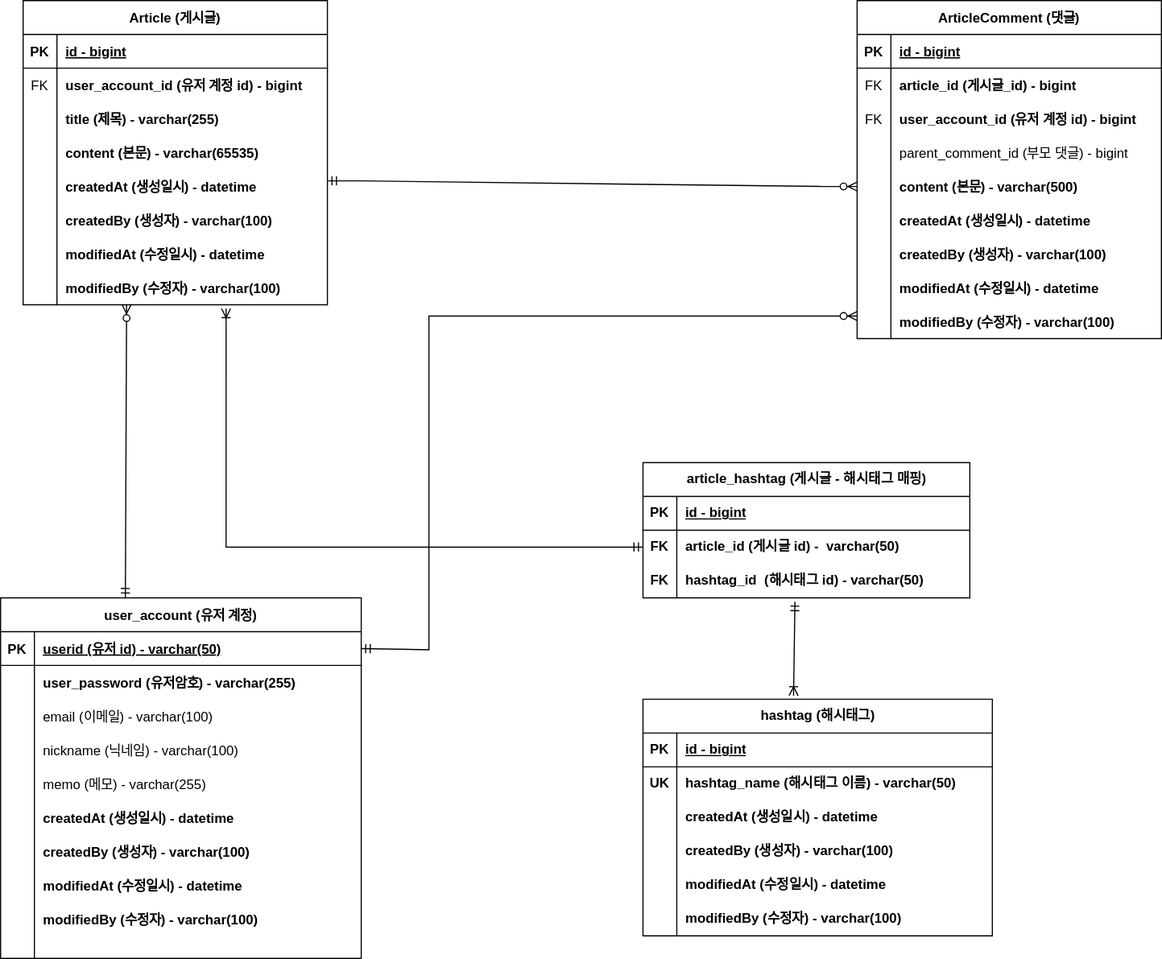
The draw.io diagram document/board-service-erd.svg in yunh0/board-service, before a commit. Source tidied: cells renumbered, new cells last; positions are measured from the earlier drawing's top-left corner, leaving out a move shared by most shapes.
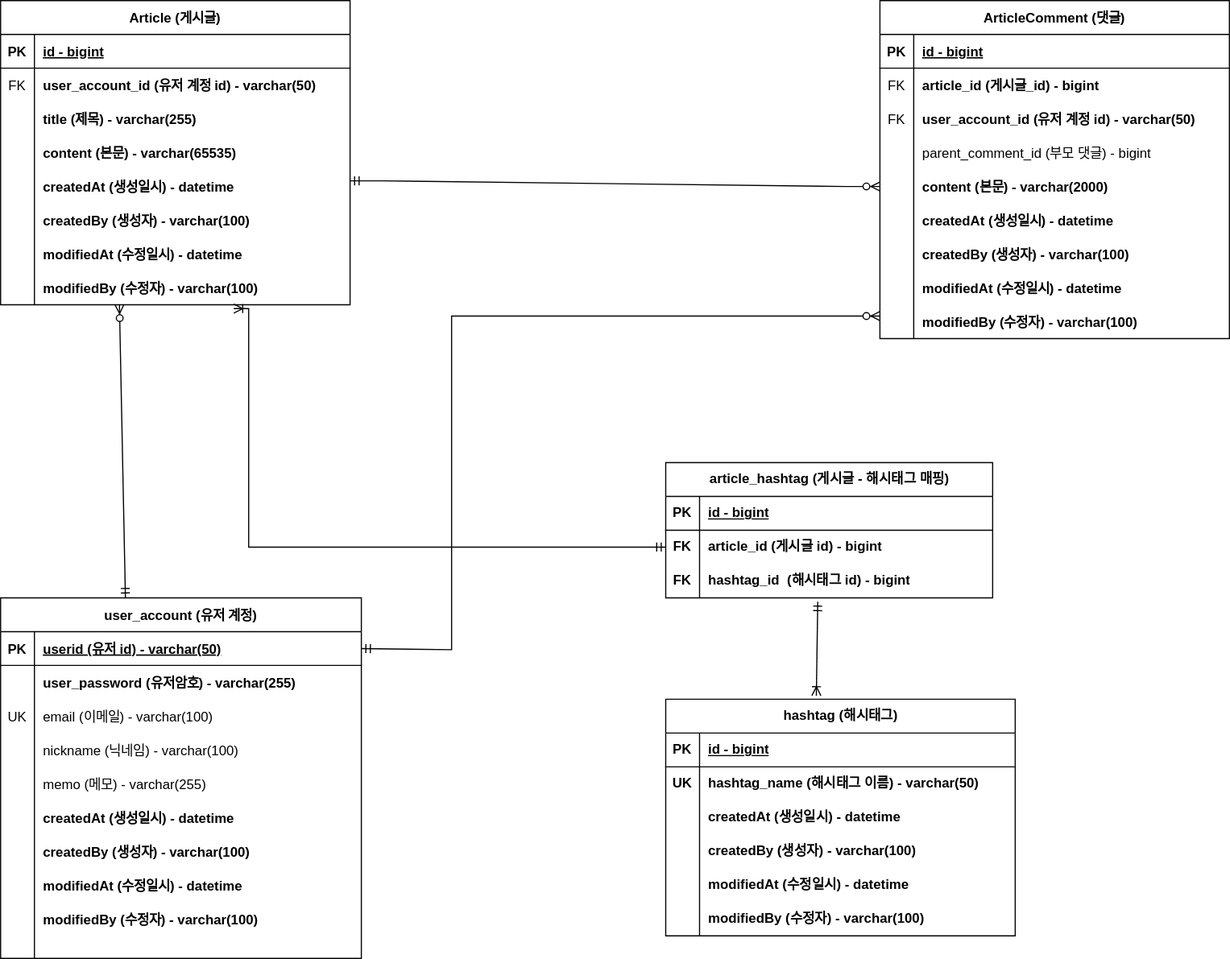
After the change.

Commit message:
#87 - ERD 업데이트

ERD 오류 수정

Change to the diagram source:
```diff
@@ -3,163 +3,163 @@
     <mxCell id="0" />
     <mxCell id="1" parent="0" />
     <mxCell id="2" value="ArticleComment (댓글)" style="shape=table;startSize=30;rowLines=0;fontStyle=1;align=center;" parent="1" vertex="1">
-      <mxGeometry x="760" width="270" height="300" as="geometry" />
+      <mxGeometry x="760" width="310" height="300" as="geometry" />
     </mxCell>
     <mxCell id="3" style="shape=partialRectangle;fillColor=none;top=0;left=0;right=0;bottom=1;" parent="2" vertex="1">
-      <mxGeometry y="30" width="270" height="30" as="geometry" />
+      <mxGeometry y="30" width="310" height="30" as="geometry" />
     </mxCell>
     <mxCell id="4" value="PK" style="shape=partialRectangle;overflow=hidden;fillColor=none;top=0;left=0;bottom=0;right=0;fontStyle=1;" parent="3" vertex="1">
       <mxGeometry width="30" height="30" as="geometry" />
     </mxCell>
     <mxCell id="5" value="id - bigint" style="shape=partialRectangle;overflow=hidden;fillColor=none;top=0;left=0;bottom=0;right=0;align=left;spacingLeft=6;fontStyle=5;" parent="3" vertex="1">
-      <mxGeometry x="30" width="240" height="30" as="geometry" />
+      <mxGeometry x="30" width="280" height="30" as="geometry" />
     </mxCell>
     <mxCell id="6" style="shape=partialRectangle;fillColor=none;top=0;left=0;right=0;bottom=0;" parent="2" vertex="1">
-      <mxGeometry y="60" width="270" height="30" as="geometry" />
+      <mxGeometry y="60" width="310" height="30" as="geometry" />
     </mxCell>
     <mxCell id="7" value="FK" style="shape=partialRectangle;overflow=hidden;fillColor=none;top=0;left=0;bottom=0;right=0;" parent="6" vertex="1">
       <mxGeometry width="30" height="30" as="geometry" />
     </mxCell>
     <mxCell id="8" value="article_id (게시글_id) - bigint" style="shape=partialRectangle;overflow=hidden;fillColor=none;top=0;left=0;bottom=0;right=0;align=left;spacingLeft=6;fontStyle=1;" parent="6" vertex="1">
-      <mxGeometry x="30" width="240" height="30" as="geometry" />
+      <mxGeometry x="30" width="280" height="30" as="geometry" />
     </mxCell>
     <mxCell id="9" style="shape=partialRectangle;fillColor=none;top=0;left=0;right=0;bottom=0;" parent="2" vertex="1">
-      <mxGeometry y="90" width="270" height="30" as="geometry" />
+      <mxGeometry y="90" width="310" height="30" as="geometry" />
     </mxCell>
     <mxCell id="10" value="FK" style="shape=partialRectangle;overflow=hidden;fillColor=none;top=0;left=0;bottom=0;right=0;" parent="9" vertex="1">
       <mxGeometry width="30" height="30" as="geometry" />
     </mxCell>
-    <mxCell id="11" value="user_account_id (유저 계정 id) - bigint" style="shape=partialRectangle;overflow=hidden;fillColor=none;top=0;left=0;bottom=0;right=0;align=left;spacingLeft=6;fontStyle=1;" parent="9" vertex="1">
-      <mxGeometry x="30" width="240" height="30" as="geometry" />
+    <mxCell id="11" value="user_account_id (유저 계정 id) - varchar(50)" style="shape=partialRectangle;overflow=hidden;fillColor=none;top=0;left=0;bottom=0;right=0;align=left;spacingLeft=6;fontStyle=1;" parent="9" vertex="1">
+      <mxGeometry x="30" width="280" height="30" as="geometry" />
     </mxCell>
     <mxCell id="12" style="shape=partialRectangle;fillColor=none;top=0;left=0;right=0;bottom=0;" parent="2" vertex="1">
-      <mxGeometry y="120" width="270" height="30" as="geometry" />
+      <mxGeometry y="120" width="310" height="30" as="geometry" />
     </mxCell>
     <mxCell id="13" style="shape=partialRectangle;overflow=hidden;fillColor=none;top=0;left=0;bottom=0;right=0;" parent="12" vertex="1">
       <mxGeometry width="30" height="30" as="geometry" />
     </mxCell>
     <mxCell id="14" value="parent_comment_id (부모 댓글) - bigint" style="shape=partialRectangle;overflow=hidden;fillColor=none;top=0;left=0;bottom=0;right=0;align=left;spacingLeft=6;fontStyle=0;" parent="12" vertex="1">
-      <mxGeometry x="30" width="240" height="30" as="geometry" />
+      <mxGeometry x="30" width="280" height="30" as="geometry" />
     </mxCell>
     <mxCell id="15" style="shape=partialRectangle;fillColor=none;points=[[0,0.5],[1,0.5]];portConstraint=eastwest;top=0;left=0;right=0;bottom=0;" parent="2" vertex="1">
-      <mxGeometry y="150" width="270" height="30" as="geometry" />
+      <mxGeometry y="150" width="310" height="30" as="geometry" />
     </mxCell>
     <mxCell id="16" style="shape=partialRectangle;overflow=hidden;fillColor=none;top=0;left=0;bottom=0;right=0;" parent="15" vertex="1">
       <mxGeometry width="30" height="30" as="geometry" />
     </mxCell>
-    <mxCell id="17" value="content (본문) - varchar(500)" style="shape=partialRectangle;overflow=hidden;fillColor=none;top=0;left=0;bottom=0;right=0;align=left;spacingLeft=6;fontStyle=1;" parent="15" vertex="1">
-      <mxGeometry x="30" width="240" height="30" as="geometry" />
+    <mxCell id="17" value="content (본문) - varchar(2000)" style="shape=partialRectangle;overflow=hidden;fillColor=none;top=0;left=0;bottom=0;right=0;align=left;spacingLeft=6;fontStyle=1;" parent="15" vertex="1">
+      <mxGeometry x="30" width="280" height="30" as="geometry" />
     </mxCell>
     <mxCell id="18" style="shape=partialRectangle;fillColor=none;top=0;left=0;right=0;bottom=0;" parent="2" vertex="1">
-      <mxGeometry y="180" width="270" height="30" as="geometry" />
+      <mxGeometry y="180" width="310" height="30" as="geometry" />
     </mxCell>
     <mxCell id="19" style="shape=partialRectangle;overflow=hidden;fillColor=none;top=0;left=0;bottom=0;right=0;" parent="18" vertex="1">
       <mxGeometry width="30" height="30" as="geometry" />
     </mxCell>
     <mxCell id="20" value="createdAt (생성일시) - datetime" style="shape=partialRectangle;overflow=hidden;fillColor=none;top=0;left=0;bottom=0;right=0;align=left;spacingLeft=6;fontStyle=1;" parent="18" vertex="1">
-      <mxGeometry x="30" width="240" height="30" as="geometry" />
+      <mxGeometry x="30" width="280" height="30" as="geometry" />
     </mxCell>
     <mxCell id="21" style="shape=partialRectangle;fillColor=none;top=0;left=0;right=0;bottom=0;" parent="2" vertex="1">
-      <mxGeometry y="210" width="270" height="30" as="geometry" />
+      <mxGeometry y="210" width="310" height="30" as="geometry" />
     </mxCell>
     <mxCell id="22" style="shape=partialRectangle;overflow=hidden;fillColor=none;top=0;left=0;bottom=0;right=0;" parent="21" vertex="1">
       <mxGeometry width="30" height="30" as="geometry" />
     </mxCell>
     <mxCell id="23" value="createdBy (생성자) - varchar(100)" style="shape=partialRectangle;overflow=hidden;fillColor=none;top=0;left=0;bottom=0;right=0;align=left;spacingLeft=6;fontStyle=1;" parent="21" vertex="1">
-      <mxGeometry x="30" width="240" height="30" as="geometry" />
+      <mxGeometry x="30" width="280" height="30" as="geometry" />
     </mxCell>
     <mxCell id="24" style="shape=partialRectangle;fillColor=none;top=0;left=0;right=0;bottom=0;" parent="2" vertex="1">
-      <mxGeometry y="240" width="270" height="30" as="geometry" />
+      <mxGeometry y="240" width="310" height="30" as="geometry" />
     </mxCell>
     <mxCell id="25" style="shape=partialRectangle;overflow=hidden;fillColor=none;top=0;left=0;bottom=0;right=0;" parent="24" vertex="1">
       <mxGeometry width="30" height="30" as="geometry" />
     </mxCell>
     <mxCell id="26" value="modifiedAt (수정일시) - datetime" style="shape=partialRectangle;overflow=hidden;fillColor=none;top=0;left=0;bottom=0;right=0;align=left;spacingLeft=6;fontStyle=1;" parent="24" vertex="1">
-      <mxGeometry x="30" width="240" height="30" as="geometry" />
+      <mxGeometry x="30" width="280" height="30" as="geometry" />
     </mxCell>
     <mxCell id="27" style="shape=partialRectangle;fillColor=none;points=[[0,0.5],[1,0.5]];portConstraint=eastwest;top=0;left=0;right=0;bottom=0;" parent="2" vertex="1">
-      <mxGeometry y="270" width="270" height="30" as="geometry" />
+      <mxGeometry y="270" width="310" height="30" as="geometry" />
     </mxCell>
     <mxCell id="28" style="shape=partialRectangle;overflow=hidden;fillColor=none;top=0;left=0;bottom=0;right=0;" parent="27" vertex="1">
       <mxGeometry width="30" height="30" as="geometry" />
     </mxCell>
     <mxCell id="29" value="modifiedBy (수정자) - varchar(100)" style="shape=partialRectangle;overflow=hidden;fillColor=none;top=0;left=0;bottom=0;right=0;align=left;spacingLeft=6;fontStyle=1;" parent="27" vertex="1">
-      <mxGeometry x="30" width="240" height="30" as="geometry" />
+      <mxGeometry x="30" width="280" height="30" as="geometry" />
     </mxCell>
     <mxCell id="30" value="Article (게시글)" style="shape=table;startSize=30;rowLines=0;fontStyle=1;align=center;" parent="1" vertex="1">
-      <mxGeometry x="20" width="270" height="270" as="geometry" />
+      <mxGeometry x="-20" width="310" height="270" as="geometry" />
     </mxCell>
     <mxCell id="31" style="shape=partialRectangle;fillColor=none;top=0;left=0;right=0;bottom=1;" parent="30" vertex="1">
-      <mxGeometry y="30" width="270" height="30" as="geometry" />
+      <mxGeometry y="30" width="310" height="30" as="geometry" />
     </mxCell>
     <mxCell id="32" value="PK" style="shape=partialRectangle;overflow=hidden;fillColor=none;top=0;left=0;bottom=0;right=0;fontStyle=1;" parent="31" vertex="1">
       <mxGeometry width="30" height="30" as="geometry" />
     </mxCell>
     <mxCell id="33" value="id - bigint" style="shape=partialRectangle;overflow=hidden;fillColor=none;top=0;left=0;bottom=0;right=0;align=left;spacingLeft=6;fontStyle=5;" parent="31" vertex="1">
-      <mxGeometry x="30" width="240" height="30" as="geometry" />
+      <mxGeometry x="30" width="280" height="30" as="geometry" />
     </mxCell>
     <mxCell id="34" style="shape=partialRectangle;fillColor=none;top=0;left=0;right=0;bottom=0;" parent="30" vertex="1">
-      <mxGeometry y="60" width="270" height="30" as="geometry" />
+      <mxGeometry y="60" width="310" height="30" as="geometry" />
     </mxCell>
     <mxCell id="35" value="FK" style="shape=partialRectangle;overflow=hidden;fillColor=none;top=0;left=0;bottom=0;right=0;" parent="34" vertex="1">
       <mxGeometry width="30" height="30" as="geometry" />
     </mxCell>
-    <mxCell id="36" value="user_account_id (유저 계정 id) - bigint" style="shape=partialRectangle;overflow=hidden;fillColor=none;top=0;left=0;bottom=0;right=0;align=left;spacingLeft=6;fontStyle=1;" parent="34" vertex="1">
-      <mxGeometry x="30" width="240" height="30" as="geometry" />
+    <mxCell id="36" value="user_account_id (유저 계정 id) - varchar(50)" style="shape=partialRectangle;overflow=hidden;fillColor=none;top=0;left=0;bottom=0;right=0;align=left;spacingLeft=6;fontStyle=1;" parent="34" vertex="1">
+      <mxGeometry x="30" width="280" height="30" as="geometry" />
     </mxCell>
     <mxCell id="37" style="shape=partialRectangle;fillColor=none;top=0;left=0;right=0;bottom=0;" parent="30" vertex="1">
-      <mxGeometry y="90" width="270" height="30" as="geometry" />
+      <mxGeometry y="90" width="310" height="30" as="geometry" />
     </mxCell>
     <mxCell id="38" style="shape=partialRectangle;overflow=hidden;fillColor=none;top=0;left=0;bottom=0;right=0;" parent="37" vertex="1">
       <mxGeometry width="30" height="30" as="geometry" />
     </mxCell>
     <mxCell id="39" value="title (제목) - varchar(255)" style="shape=partialRectangle;overflow=hidden;fillColor=none;top=0;left=0;bottom=0;right=0;align=left;spacingLeft=6;fontStyle=1;" parent="37" vertex="1">
-      <mxGeometry x="30" width="240" height="30" as="geometry" />
+      <mxGeometry x="30" width="280" height="30" as="geometry" />
     </mxCell>
     <mxCell id="40" style="shape=partialRectangle;fillColor=none;top=0;left=0;right=0;bottom=0;" parent="30" vertex="1">
-      <mxGeometry y="120" width="270" height="30" as="geometry" />
+      <mxGeometry y="120" width="310" height="30" as="geometry" />
     </mxCell>
     <mxCell id="41" style="shape=partialRectangle;overflow=hidden;fillColor=none;top=0;left=0;bottom=0;right=0;" parent="40" vertex="1">
       <mxGeometry width="30" height="30" as="geometry" />
     </mxCell>
     <mxCell id="42" value="content (본문) - varchar(65535)" style="shape=partialRectangle;overflow=hidden;fillColor=none;top=0;left=0;bottom=0;right=0;align=left;spacingLeft=6;fontStyle=1;" parent="40" vertex="1">
-      <mxGeometry x="30" width="240" height="30" as="geometry" />
+      <mxGeometry x="30" width="280" height="30" as="geometry" />
     </mxCell>
     <mxCell id="43" style="shape=partialRectangle;fillColor=none;top=0;left=0;right=0;bottom=0;" parent="30" vertex="1">
-      <mxGeometry y="150" width="270" height="30" as="geometry" />
+      <mxGeometry y="150" width="310" height="30" as="geometry" />
     </mxCell>
     <mxCell id="44" style="shape=partialRectangle;overflow=hidden;fillColor=none;top=0;left=0;bottom=0;right=0;" parent="43" vertex="1">
       <mxGeometry width="30" height="30" as="geometry" />
     </mxCell>
     <mxCell id="45" value="createdAt (생성일시) - datetime" style="shape=partialRectangle;overflow=hidden;fillColor=none;top=0;left=0;bottom=0;right=0;align=left;spacingLeft=6;fontStyle=1;" parent="43" vertex="1">
-      <mxGeometry x="30" width="240" height="30" as="geometry" />
+      <mxGeometry x="30" width="280" height="30" as="geometry" />
     </mxCell>
     <mxCell id="46" style="shape=partialRectangle;fillColor=none;top=0;left=0;right=0;bottom=0;" parent="30" vertex="1">
-      <mxGeometry y="180" width="270" height="30" as="geometry" />
+      <mxGeometry y="180" width="310" height="30" as="geometry" />
     </mxCell>
     <mxCell id="47" style="shape=partialRectangle;overflow=hidden;fillColor=none;top=0;left=0;bottom=0;right=0;" parent="46" vertex="1">
       <mxGeometry width="30" height="30" as="geometry" />
     </mxCell>
     <mxCell id="48" value="createdBy (생성자) - varchar(100)" style="shape=partialRectangle;overflow=hidden;fillColor=none;top=0;left=0;bottom=0;right=0;align=left;spacingLeft=6;fontStyle=1;" parent="46" vertex="1">
-      <mxGeometry x="30" width="240" height="30" as="geometry" />
+      <mxGeometry x="30" width="280" height="30" as="geometry" />
     </mxCell>
     <mxCell id="49" style="shape=partialRectangle;fillColor=none;top=0;left=0;right=0;bottom=0;" parent="30" vertex="1">
-      <mxGeometry y="210" width="270" height="30" as="geometry" />
+      <mxGeometry y="210" width="310" height="30" as="geometry" />
     </mxCell>
     <mxCell id="50" style="shape=partialRectangle;overflow=hidden;fillColor=none;top=0;left=0;bottom=0;right=0;" parent="49" vertex="1">
       <mxGeometry width="30" height="30" as="geometry" />
     </mxCell>
     <mxCell id="51" value="modifiedAt (수정일시) - datetime" style="shape=partialRectangle;overflow=hidden;fillColor=none;top=0;left=0;bottom=0;right=0;align=left;spacingLeft=6;fontStyle=1;" parent="49" vertex="1">
-      <mxGeometry x="30" width="240" height="30" as="geometry" />
+      <mxGeometry x="30" width="280" height="30" as="geometry" />
     </mxCell>
     <mxCell id="52" style="shape=partialRectangle;fillColor=none;points=[[0,0.5],[1,0.5]];portConstraint=eastwest;top=0;left=0;right=0;bottom=0;" parent="30" vertex="1">
-      <mxGeometry y="240" width="270" height="30" as="geometry" />
+      <mxGeometry y="240" width="310" height="30" as="geometry" />
     </mxCell>
     <mxCell id="53" style="shape=partialRectangle;overflow=hidden;fillColor=none;top=0;left=0;bottom=0;right=0;" parent="52" vertex="1">
       <mxGeometry width="30" height="30" as="geometry" />
     </mxCell>
     <mxCell id="54" value="modifiedBy (수정자) - varchar(100)" style="shape=partialRectangle;overflow=hidden;fillColor=none;top=0;left=0;bottom=0;right=0;align=left;spacingLeft=6;fontStyle=1;" parent="52" vertex="1">
-      <mxGeometry x="30" width="240" height="30" as="geometry" />
+      <mxGeometry x="30" width="280" height="30" as="geometry" />
     </mxCell>
     <mxCell id="55" style="edgeStyle=entityRelationEdgeStyle;fontSize=12;html=1;endArrow=ERzeroToMany;startArrow=ERmandOne;rounded=0;entryX=0;entryY=0.5;entryDx=0;entryDy=0;" parent="1" edge="1" target="15">
       <mxGeometry relative="1" as="geometry">
@@ -170,7 +170,7 @@
       </mxGeometry>
     </mxCell>
     <mxCell id="56" value="user_account (유저 계정)" style="shape=table;startSize=30;rowLines=0;fontStyle=1;align=center;" parent="1" vertex="1">
-      <mxGeometry y="530" width="320" height="320" as="geometry" />
+      <mxGeometry x="-20" y="530" width="320" height="320" as="geometry" />
     </mxCell>
     <mxCell id="57" style="shape=partialRectangle;fillColor=none;points=[[0,0.5],[1,0.5]];portConstraint=eastwest;top=0;left=0;right=0;bottom=1;" parent="56" vertex="1">
       <mxGeometry y="30" width="320" height="30" as="geometry" />
@@ -193,7 +193,7 @@
     <mxCell id="63" style="shape=partialRectangle;fillColor=none;top=0;left=0;right=0;bottom=0;" parent="56" vertex="1">
       <mxGeometry y="90" width="320" height="30" as="geometry" />
     </mxCell>
-    <mxCell id="64" style="shape=partialRectangle;overflow=hidden;fillColor=none;top=0;left=0;bottom=0;right=0;" parent="63" vertex="1">
+    <mxCell id="64" value="UK" style="shape=partialRectangle;overflow=hidden;fillColor=none;top=0;left=0;bottom=0;right=0;" parent="63" vertex="1">
       <mxGeometry width="30" height="30" as="geometry" />
     </mxCell>
     <mxCell id="65" value="email (이메일) - varchar(100)" style="shape=partialRectangle;overflow=hidden;fillColor=none;top=0;left=0;bottom=0;right=0;align=left;spacingLeft=6;fontStyle=0;" parent="63" vertex="1">
@@ -291,7 +291,7 @@
     <mxCell id="94" value="&lt;b&gt;FK&lt;/b&gt;" style="shape=partialRectangle;fillColor=none;top=0;left=0;bottom=0;right=0;overflow=hidden;whiteSpace=wrap;html=1;" parent="93" vertex="1">
       <mxGeometry width="30" height="30" as="geometry" />
     </mxCell>
-    <mxCell id="95" value="article_id (게시글 id) -&amp;nbsp; varchar(50)" style="shape=partialRectangle;fillColor=none;top=0;left=0;bottom=0;right=0;align=left;spacingLeft=6;overflow=hidden;whiteSpace=wrap;html=1;fontStyle=1;" parent="93" vertex="1">
+    <mxCell id="95" value="article_id (게시글 id) - bigint" style="shape=partialRectangle;fillColor=none;top=0;left=0;bottom=0;right=0;align=left;spacingLeft=6;overflow=hidden;whiteSpace=wrap;html=1;fontStyle=1;" parent="93" vertex="1">
       <mxGeometry x="30" width="260" height="30" as="geometry" />
     </mxCell>
     <mxCell id="96" style="shape=tableRow;horizontal=0;startSize=0;swimlaneHead=0;swimlaneBody=0;fillColor=none;points=[[0,0.5],[1,0.5]];portConstraint=eastwest;top=0;left=0;right=0;bottom=0;" parent="89" vertex="1">
@@ -300,7 +300,7 @@
     <mxCell id="97" value="&lt;b&gt;FK&lt;/b&gt;" style="shape=partialRectangle;fillColor=none;top=0;left=0;bottom=0;right=0;overflow=hidden;whiteSpace=wrap;html=1;" parent="96" vertex="1">
       <mxGeometry width="30" height="30" as="geometry" />
     </mxCell>
-    <mxCell id="98" value="hashtag_id&amp;nbsp; (해시태그 id) - varchar(50)" style="shape=partialRectangle;fillColor=none;top=0;left=0;bottom=0;right=0;align=left;spacingLeft=6;overflow=hidden;whiteSpace=wrap;html=1;fontStyle=1;" parent="96" vertex="1">
+    <mxCell id="98" value="hashtag_id&amp;nbsp; (해시태그 id) - bigint" style="shape=partialRectangle;fillColor=none;top=0;left=0;bottom=0;right=0;align=left;spacingLeft=6;overflow=hidden;whiteSpace=wrap;html=1;fontStyle=1;" parent="96" vertex="1">
       <mxGeometry x="30" width="260" height="30" as="geometry" />
     </mxCell>
     <mxCell id="99" value="hashtag (해시태그)" style="shape=table;startSize=30;rowLines=0;fontStyle=1;align=center;html=1;" parent="1" vertex="1">
```
